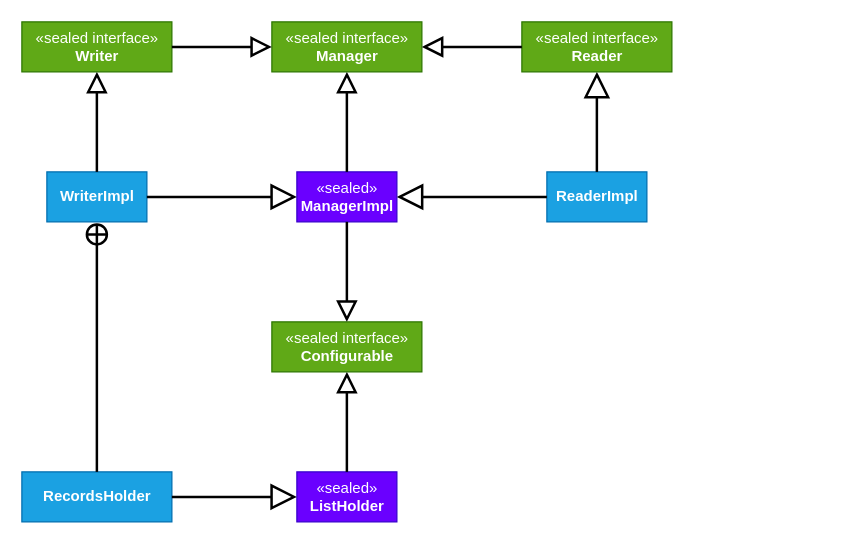
Earlier version of the draw.io diagram page "Manager" (1 of 2) of docs/type-system.drawio (kotools/types). Source tidied: cells renumbered, new cells numbered last; positions are measured from the earlier drawing's top-left corner, leaving out a move shared by most shapes. Both pictures are drawn from the tidied source at 125%, with x=0, y=0 at pixel (21, 21).
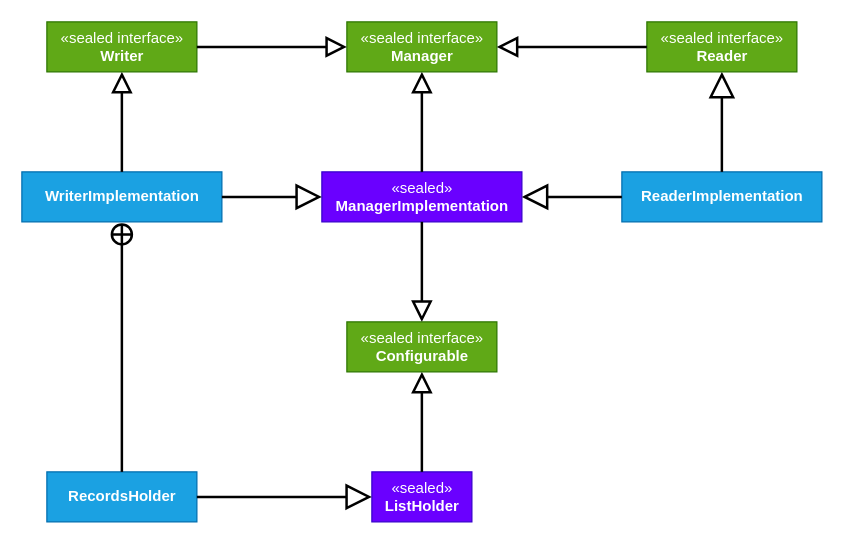
The same diagram, later.

The edit, as a diff of the source:
```diff
@@
     <mxCell id="2" value="«sealed interface»&lt;br&gt;&lt;b&gt;Configurable&lt;/b&gt;" style="html=1;fillColor=#60a917;fontColor=#ffffff;strokeColor=#2D7600;" parent="1" vertex="1">
-      <mxGeometry x="200" y="240" width="120" height="40" as="geometry" />
+      <mxGeometry x="260" y="240" width="120" height="40" as="geometry" />
     </mxCell>
     <mxCell id="3" value="«sealed»&lt;br&gt;&lt;b&gt;ListHolder&lt;/b&gt;" style="html=1;fillColor=#6a00ff;fontColor=#ffffff;strokeColor=#3700CC;" parent="1" vertex="1">
-      <mxGeometry x="220" y="360" width="80" height="40" as="geometry" />
+      <mxGeometry x="280" y="360" width="80" height="40" as="geometry" />
     </mxCell>
@@
     <mxCell id="5" value="&lt;b&gt;RecordsHolder&lt;/b&gt;" style="html=1;fillColor=#1ba1e2;fontColor=#ffffff;strokeColor=#006EAF;" parent="1" vertex="1">
-      <mxGeometry y="360" width="120" height="40" as="geometry" />
+      <mxGeometry x="20" y="360" width="120" height="40" as="geometry" />
     </mxCell>
@@
-    <mxCell id="7" value="&lt;b&gt;WriterImpl&lt;/b&gt;" style="html=1;fillColor=#1ba1e2;fontColor=#ffffff;strokeColor=#006EAF;" parent="1" vertex="1">
-      <mxGeometry x="20" y="120" width="80" height="40" as="geometry" />
+    <mxCell id="7" value="&lt;b&gt;WriterImplementation&lt;/b&gt;" style="html=1;fillColor=#1ba1e2;fontColor=#ffffff;strokeColor=#006EAF;" parent="1" vertex="1">
+      <mxGeometry y="120" width="160" height="40" as="geometry" />
     </mxCell>
@@
     <mxCell id="9" value="«sealed interface»&lt;br&gt;&lt;b&gt;Manager&lt;/b&gt;" style="html=1;fillColor=#60a917;fontColor=#ffffff;strokeColor=#2D7600;" parent="1" vertex="1">
-      <mxGeometry x="200" width="120" height="40" as="geometry" />
+      <mxGeometry x="260" width="120" height="40" as="geometry" />
     </mxCell>
-    <mxCell id="10" value="«sealed»&lt;br&gt;&lt;b&gt;ManagerImpl&lt;br&gt;&lt;/b&gt;" style="html=1;fillColor=#6a00ff;fontColor=#ffffff;strokeColor=#3700CC;" parent="1" vertex="1">
-      <mxGeometry x="220" y="120" width="80" height="40" as="geometry" />
+    <mxCell id="10" value="«sealed»&lt;br&gt;&lt;b&gt;ManagerImplementation&lt;br&gt;&lt;/b&gt;" style="html=1;fillColor=#6a00ff;fontColor=#ffffff;strokeColor=#3700CC;" parent="1" vertex="1">
+      <mxGeometry x="240" y="120" width="160" height="40" as="geometry" />
     </mxCell>
@@
-    <mxCell id="12" value="&lt;b&gt;ReaderImpl&lt;/b&gt;" style="html=1;fillColor=#1ba1e2;fontColor=#ffffff;strokeColor=#006EAF;" parent="1" vertex="1">
-      <mxGeometry x="420" y="120" width="80" height="40" as="geometry" />
+    <mxCell id="12" value="&lt;b&gt;ReaderImplementation&lt;/b&gt;" style="html=1;fillColor=#1ba1e2;fontColor=#ffffff;strokeColor=#006EAF;" parent="1" vertex="1">
+      <mxGeometry x="480" y="120" width="160" height="40" as="geometry" />
     </mxCell>
@@
     <mxCell id="15" value="«sealed interface»&lt;br&gt;&lt;b&gt;Reader&lt;/b&gt;" style="html=1;fillColor=#60a917;fontColor=#ffffff;strokeColor=#2D7600;" parent="1" vertex="1">
-      <mxGeometry x="400" width="120" height="40" as="geometry" />
+      <mxGeometry x="500" width="120" height="40" as="geometry" />
     </mxCell>
@@
     <mxCell id="18" value="«sealed interface»&lt;br&gt;&lt;b&gt;Writer&lt;/b&gt;" style="html=1;fillColor=#60a917;fontColor=#ffffff;strokeColor=#2D7600;" parent="1" vertex="1">
-      <mxGeometry width="120" height="40" as="geometry" />
+      <mxGeometry x="20" width="120" height="40" as="geometry" />
     </mxCell>
```
